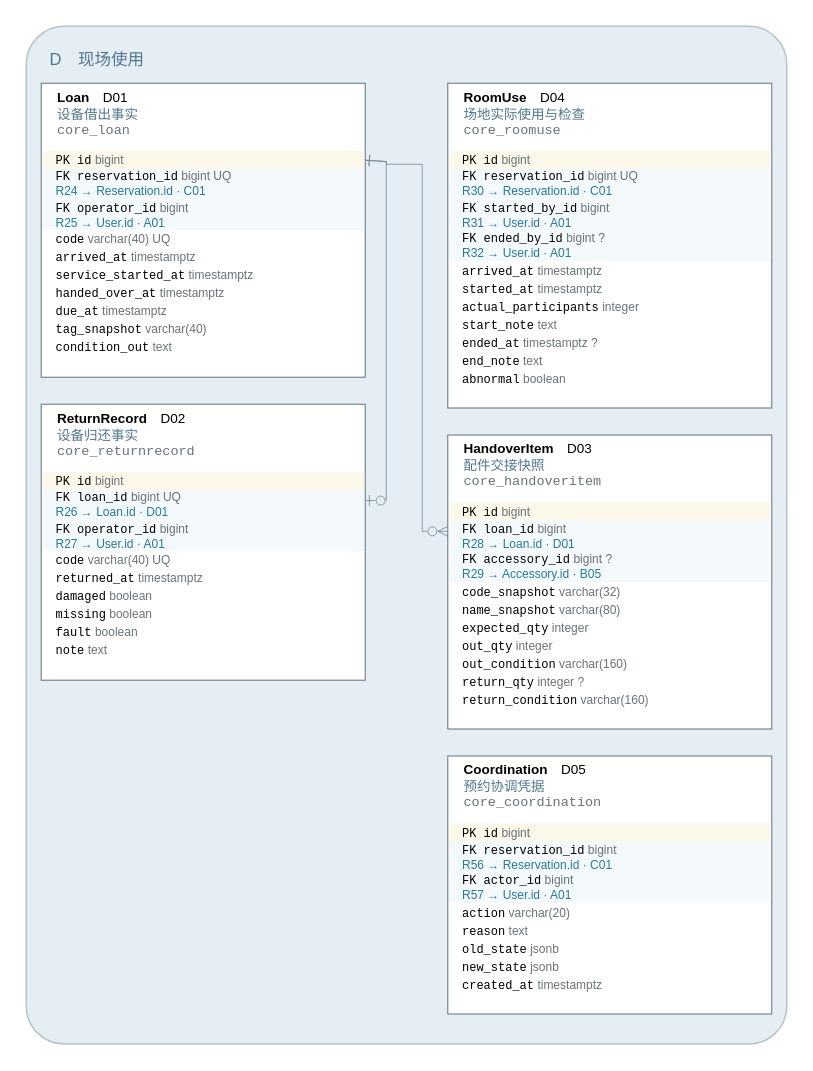
Earlier version of the draw.io diagram models/图形源文件/图D-5-现场使用ERD.drawio (yvming67-gif/campus-lab-equipment-manager). Source tidied: cells renumbered, new cells numbered last; positions are measured from the earlier drawing's top-left corner, leaving out a move shared by most shapes. Both pictures are drawn from the tidied source at 150%, with x=0, y=0 at pixel (26, 26).
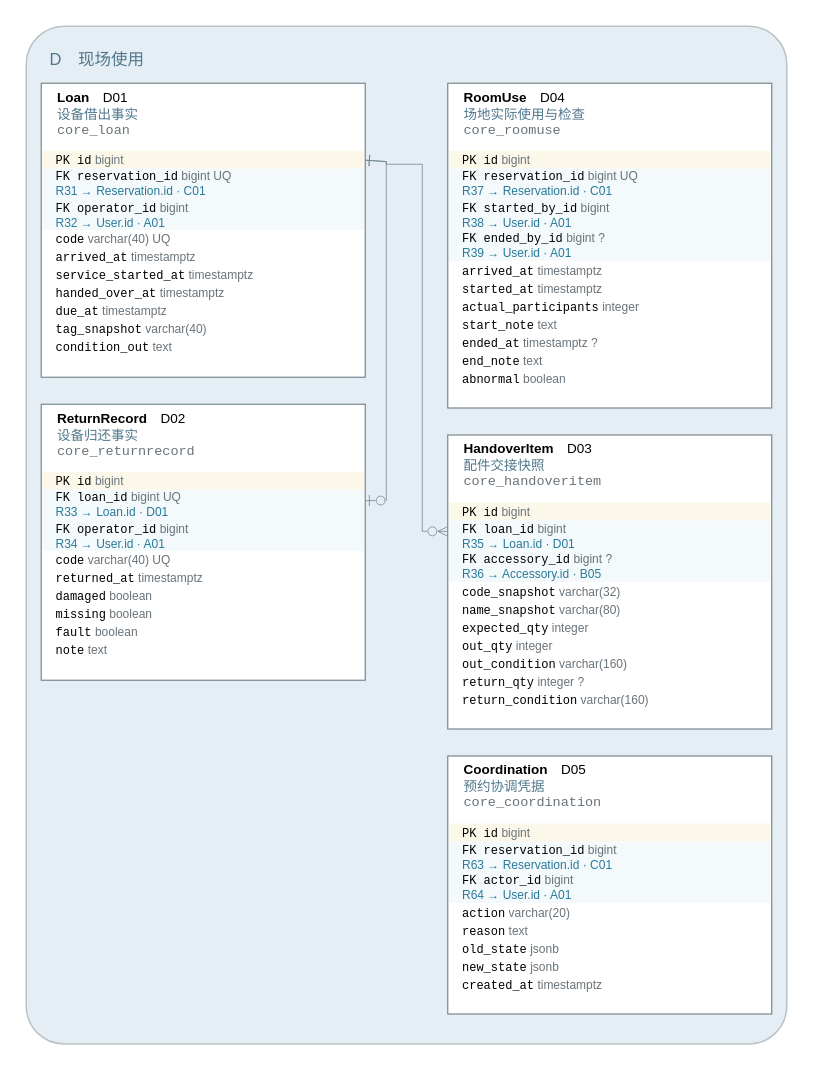
Above is the later version.

The change refers to these unchanged cells:
```xml
<mxCell id="6" style="rounded=0;fillColor=#ffffff;strokeColor=#78888e;strokeWidth=0.8;" parent="3" vertex="1">
  <mxGeometry x="10" y="38" width="216" height="196" as="geometry" />
</mxCell>
<mxCell id="18" style="rounded=0;fillColor=#ffffff;strokeColor=#78888e;strokeWidth=0.8;" parent="3" vertex="1">
  <mxGeometry x="10" y="252" width="216" height="184" as="geometry" />
</mxCell>
<mxCell id="29" style="rounded=0;fillColor=#ffffff;strokeColor=#78888e;strokeWidth=0.8;" parent="3" vertex="1">
  <mxGeometry x="281" y="38" width="216" height="216.5" as="geometry" />
</mxCell>
<mxCell id="42" style="rounded=0;fillColor=#ffffff;strokeColor=#78888e;strokeWidth=0.8;" parent="3" vertex="1">
  <mxGeometry x="281" y="272.5" width="216" height="196" as="geometry" />
</mxCell>
<mxCell id="54" style="rounded=0;fillColor=#ffffff;strokeColor=#78888e;strokeWidth=0.8;" parent="3" vertex="1">
  <mxGeometry x="281" y="486.5" width="216" height="172" as="geometry" />
</mxCell>
```

The edit, as a diff of the source:
```diff
@@
-    <mxCell id="9" value="&lt;font face='Consolas'&gt;FK reservation_id&lt;/font&gt; &lt;font color='#69737a'&gt;bigint UQ&lt;/font&gt;&lt;br/&gt;&lt;font color='#287a9a'&gt;R24 → Reservation.id · C01&lt;/font&gt;" style="text;html=1;whiteSpace=wrap;fillColor=#f4f9fb;strokeColor=none;align=left;verticalAlign=middle;spacingLeft=7;fontSize=8;fontFamily=Microsoft YaHei;" parent="6" vertex="1">
+    <mxCell id="9" value="&lt;font face='Consolas'&gt;FK reservation_id&lt;/font&gt; &lt;font color='#69737a'&gt;bigint UQ&lt;/font&gt;&lt;br/&gt;&lt;font color='#287a9a'&gt;R31 → Reservation.id · C01&lt;/font&gt;" style="text;html=1;whiteSpace=wrap;fillColor=#f4f9fb;strokeColor=none;align=left;verticalAlign=middle;spacingLeft=7;fontSize=8;fontFamily=Microsoft YaHei;" parent="6" vertex="1">
       <mxGeometry x="1" y="57" width="214" height="20.5" as="geometry" />
     </mxCell>
-    <mxCell id="10" value="&lt;font face='Consolas'&gt;FK operator_id&lt;/font&gt; &lt;font color='#69737a'&gt;bigint&lt;/font&gt;&lt;br/&gt;&lt;font color='#287a9a'&gt;R25 → User.id · A01&lt;/font&gt;" style="text;html=1;whiteSpace=wrap;fillColor=#f4f9fb;strokeColor=none;align=left;verticalAlign=middle;spacingLeft=7;fontSize=8;fontFamily=Microsoft YaHei;" parent="6" vertex="1">
+    <mxCell id="10" value="&lt;font face='Consolas'&gt;FK operator_id&lt;/font&gt; &lt;font color='#69737a'&gt;bigint&lt;/font&gt;&lt;br/&gt;&lt;font color='#287a9a'&gt;R32 → User.id · A01&lt;/font&gt;" style="text;html=1;whiteSpace=wrap;fillColor=#f4f9fb;strokeColor=none;align=left;verticalAlign=middle;spacingLeft=7;fontSize=8;fontFamily=Microsoft YaHei;" parent="6" vertex="1">
       <mxGeometry x="1" y="77.5" width="214" height="20.5" as="geometry" />
     </mxCell>
@@
-    <mxCell id="21" value="&lt;font face='Consolas'&gt;FK loan_id&lt;/font&gt; &lt;font color='#69737a'&gt;bigint UQ&lt;/font&gt;&lt;br/&gt;&lt;font color='#287a9a'&gt;R26 → Loan.id · D01&lt;/font&gt;" style="text;html=1;whiteSpace=wrap;fillColor=#f4f9fb;strokeColor=none;align=left;verticalAlign=middle;spacingLeft=7;fontSize=8;fontFamily=Microsoft YaHei;" parent="18" vertex="1">
+    <mxCell id="21" value="&lt;font face='Consolas'&gt;FK loan_id&lt;/font&gt; &lt;font color='#69737a'&gt;bigint UQ&lt;/font&gt;&lt;br/&gt;&lt;font color='#287a9a'&gt;R33 → Loan.id · D01&lt;/font&gt;" style="text;html=1;whiteSpace=wrap;fillColor=#f4f9fb;strokeColor=none;align=left;verticalAlign=middle;spacingLeft=7;fontSize=8;fontFamily=Microsoft YaHei;" parent="18" vertex="1">
       <mxGeometry x="1" y="57" width="214" height="20.5" as="geometry" />
     </mxCell>
-    <mxCell id="22" value="&lt;font face='Consolas'&gt;FK operator_id&lt;/font&gt; &lt;font color='#69737a'&gt;bigint&lt;/font&gt;&lt;br/&gt;&lt;font color='#287a9a'&gt;R27 → User.id · A01&lt;/font&gt;" style="text;html=1;whiteSpace=wrap;fillColor=#f4f9fb;strokeColor=none;align=left;verticalAlign=middle;spacingLeft=7;fontSize=8;fontFamily=Microsoft YaHei;" parent="18" vertex="1">
+    <mxCell id="22" value="&lt;font face='Consolas'&gt;FK operator_id&lt;/font&gt; &lt;font color='#69737a'&gt;bigint&lt;/font&gt;&lt;br/&gt;&lt;font color='#287a9a'&gt;R34 → User.id · A01&lt;/font&gt;" style="text;html=1;whiteSpace=wrap;fillColor=#f4f9fb;strokeColor=none;align=left;verticalAlign=middle;spacingLeft=7;fontSize=8;fontFamily=Microsoft YaHei;" parent="18" vertex="1">
       <mxGeometry x="1" y="77.5" width="214" height="20.5" as="geometry" />
     </mxCell>
@@
-    <mxCell id="32" value="&lt;font face='Consolas'&gt;FK reservation_id&lt;/font&gt; &lt;font color='#69737a'&gt;bigint UQ&lt;/font&gt;&lt;br/&gt;&lt;font color='#287a9a'&gt;R30 → Reservation.id · C01&lt;/font&gt;" style="text;html=1;whiteSpace=wrap;fillColor=#f4f9fb;strokeColor=none;align=left;verticalAlign=middle;spacingLeft=7;fontSize=8;fontFamily=Microsoft YaHei;" parent="29" vertex="1">
+    <mxCell id="32" value="&lt;font face='Consolas'&gt;FK reservation_id&lt;/font&gt; &lt;font color='#69737a'&gt;bigint UQ&lt;/font&gt;&lt;br/&gt;&lt;font color='#287a9a'&gt;R37 → Reservation.id · C01&lt;/font&gt;" style="text;html=1;whiteSpace=wrap;fillColor=#f4f9fb;strokeColor=none;align=left;verticalAlign=middle;spacingLeft=7;fontSize=8;fontFamily=Microsoft YaHei;" parent="29" vertex="1">
       <mxGeometry x="1" y="57" width="214" height="20.5" as="geometry" />
     </mxCell>
-    <mxCell id="33" value="&lt;font face='Consolas'&gt;FK started_by_id&lt;/font&gt; &lt;font color='#69737a'&gt;bigint&lt;/font&gt;&lt;br/&gt;&lt;font color='#287a9a'&gt;R31 → User.id · A01&lt;/font&gt;" style="text;html=1;whiteSpace=wrap;fillColor=#f4f9fb;strokeColor=none;align=left;verticalAlign=middle;spacingLeft=7;fontSize=8;fontFamily=Microsoft YaHei;" parent="29" vertex="1">
+    <mxCell id="33" value="&lt;font face='Consolas'&gt;FK started_by_id&lt;/font&gt; &lt;font color='#69737a'&gt;bigint&lt;/font&gt;&lt;br/&gt;&lt;font color='#287a9a'&gt;R38 → User.id · A01&lt;/font&gt;" style="text;html=1;whiteSpace=wrap;fillColor=#f4f9fb;strokeColor=none;align=left;verticalAlign=middle;spacingLeft=7;fontSize=8;fontFamily=Microsoft YaHei;" parent="29" vertex="1">
       <mxGeometry x="1" y="77.5" width="214" height="20.5" as="geometry" />
     </mxCell>
-    <mxCell id="34" value="&lt;font face='Consolas'&gt;FK ended_by_id&lt;/font&gt; &lt;font color='#69737a'&gt;bigint ?&lt;/font&gt;&lt;br/&gt;&lt;font color='#287a9a'&gt;R32 → User.id · A01&lt;/font&gt;" style="text;html=1;whiteSpace=wrap;fillColor=#f4f9fb;strokeColor=none;align=left;verticalAlign=middle;spacingLeft=7;fontSize=8;fontFamily=Microsoft YaHei;" parent="29" vertex="1">
+    <mxCell id="34" value="&lt;font face='Consolas'&gt;FK ended_by_id&lt;/font&gt; &lt;font color='#69737a'&gt;bigint ?&lt;/font&gt;&lt;br/&gt;&lt;font color='#287a9a'&gt;R39 → User.id · A01&lt;/font&gt;" style="text;html=1;whiteSpace=wrap;fillColor=#f4f9fb;strokeColor=none;align=left;verticalAlign=middle;spacingLeft=7;fontSize=8;fontFamily=Microsoft YaHei;" parent="29" vertex="1">
       <mxGeometry x="1" y="98" width="214" height="20.5" as="geometry" />
     </mxCell>
@@
-    <mxCell id="45" value="&lt;font face='Consolas'&gt;FK loan_id&lt;/font&gt; &lt;font color='#69737a'&gt;bigint&lt;/font&gt;&lt;br/&gt;&lt;font color='#287a9a'&gt;R28 → Loan.id · D01&lt;/font&gt;" style="text;html=1;whiteSpace=wrap;fillColor=#f4f9fb;strokeColor=none;align=left;verticalAlign=middle;spacingLeft=7;fontSize=8;fontFamily=Microsoft YaHei;" parent="42" vertex="1">
+    <mxCell id="45" value="&lt;font face='Consolas'&gt;FK loan_id&lt;/font&gt; &lt;font color='#69737a'&gt;bigint&lt;/font&gt;&lt;br/&gt;&lt;font color='#287a9a'&gt;R35 → Loan.id · D01&lt;/font&gt;" style="text;html=1;whiteSpace=wrap;fillColor=#f4f9fb;strokeColor=none;align=left;verticalAlign=middle;spacingLeft=7;fontSize=8;fontFamily=Microsoft YaHei;" parent="42" vertex="1">
       <mxGeometry x="1" y="57" width="214" height="20.5" as="geometry" />
     </mxCell>
-    <mxCell id="46" value="&lt;font face='Consolas'&gt;FK accessory_id&lt;/font&gt; &lt;font color='#69737a'&gt;bigint ?&lt;/font&gt;&lt;br/&gt;&lt;font color='#287a9a'&gt;R29 → Accessory.id · B05&lt;/font&gt;" style="text;html=1;whiteSpace=wrap;fillColor=#f4f9fb;strokeColor=none;align=left;verticalAlign=middle;spacingLeft=7;fontSize=8;fontFamily=Microsoft YaHei;" parent="42" vertex="1">
+    <mxCell id="46" value="&lt;font face='Consolas'&gt;FK accessory_id&lt;/font&gt; &lt;font color='#69737a'&gt;bigint ?&lt;/font&gt;&lt;br/&gt;&lt;font color='#287a9a'&gt;R36 → Accessory.id · B05&lt;/font&gt;" style="text;html=1;whiteSpace=wrap;fillColor=#f4f9fb;strokeColor=none;align=left;verticalAlign=middle;spacingLeft=7;fontSize=8;fontFamily=Microsoft YaHei;" parent="42" vertex="1">
       <mxGeometry x="1" y="77.5" width="214" height="20.5" as="geometry" />
     </mxCell>
@@
-    <mxCell id="57" value="&lt;font face='Consolas'&gt;FK reservation_id&lt;/font&gt; &lt;font color='#69737a'&gt;bigint&lt;/font&gt;&lt;br/&gt;&lt;font color='#287a9a'&gt;R56 → Reservation.id · C01&lt;/font&gt;" style="text;html=1;whiteSpace=wrap;fillColor=#f4f9fb;strokeColor=none;align=left;verticalAlign=middle;spacingLeft=7;fontSize=8;fontFamily=Microsoft YaHei;" parent="54" vertex="1">
+    <mxCell id="57" value="&lt;font face='Consolas'&gt;FK reservation_id&lt;/font&gt; &lt;font color='#69737a'&gt;bigint&lt;/font&gt;&lt;br/&gt;&lt;font color='#287a9a'&gt;R63 → Reservation.id · C01&lt;/font&gt;" style="text;html=1;whiteSpace=wrap;fillColor=#f4f9fb;strokeColor=none;align=left;verticalAlign=middle;spacingLeft=7;fontSize=8;fontFamily=Microsoft YaHei;" parent="54" vertex="1">
       <mxGeometry x="1" y="57" width="214" height="20.5" as="geometry" />
     </mxCell>
-    <mxCell id="58" value="&lt;font face='Consolas'&gt;FK actor_id&lt;/font&gt; &lt;font color='#69737a'&gt;bigint&lt;/font&gt;&lt;br/&gt;&lt;font color='#287a9a'&gt;R57 → User.id · A01&lt;/font&gt;" style="text;html=1;whiteSpace=wrap;fillColor=#f4f9fb;strokeColor=none;align=left;verticalAlign=middle;spacingLeft=7;fontSize=8;fontFamily=Microsoft YaHei;" parent="54" vertex="1">
+    <mxCell id="58" value="&lt;font face='Consolas'&gt;FK actor_id&lt;/font&gt; &lt;font color='#69737a'&gt;bigint&lt;/font&gt;&lt;br/&gt;&lt;font color='#287a9a'&gt;R64 → User.id · A01&lt;/font&gt;" style="text;html=1;whiteSpace=wrap;fillColor=#f4f9fb;strokeColor=none;align=left;verticalAlign=middle;spacingLeft=7;fontSize=8;fontFamily=Microsoft YaHei;" parent="54" vertex="1">
       <mxGeometry x="1" y="77.5" width="214" height="20.5" as="geometry" />
     </mxCell>
```
